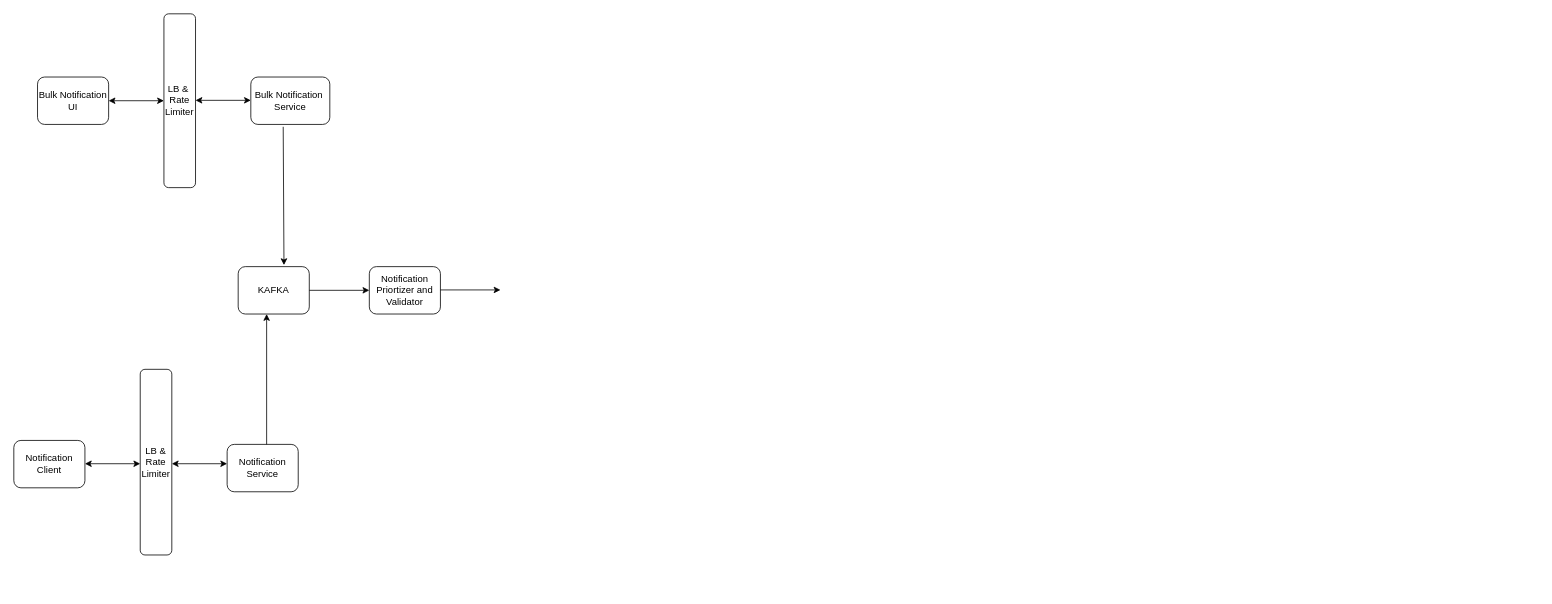
The draw.io diagram notifications.drawio in ItsAnkit/system-design, before the edit. Source tidied: cells renumbered, new cells numbered last; positions are measured from the earlier drawing's top-left corner, leaving out a move shared by most shapes. Both pictures are drawn from the tidied source at 79%, with x=0, y=0 at pixel (13, 13).
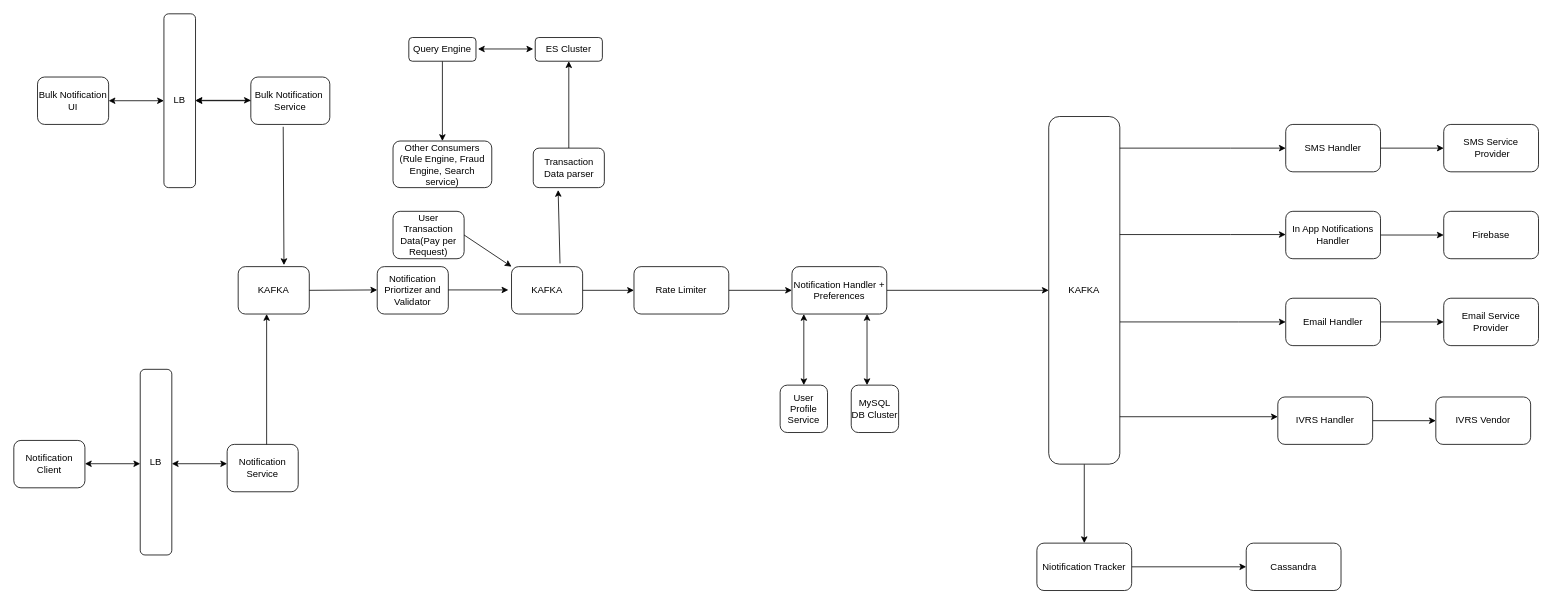
The same page after the edit.

Unchanged cells that the change refers to:
```xml
<mxCell id="6" value="Bulk Notification&amp;nbsp;&lt;br&gt;Service" style="rounded=1;whiteSpace=wrap;html=1;" parent="1" vertex="1">
  <mxGeometry x="300" y="80" width="100" height="60" as="geometry" />
</mxCell>
<mxCell id="12" value="KAFKA" style="rounded=1;whiteSpace=wrap;html=1;" parent="1" vertex="1">
  <mxGeometry x="284" y="320" width="90" height="60" as="geometry" />
</mxCell>
```

What changed in the source:
```diff
@@
-    <mxCell id="3" value="LB &amp;amp;&amp;nbsp;&lt;br&gt;Rate&lt;br&gt;Limiter" style="whiteSpace=wrap;html=1;rounded=1;" parent="1" vertex="1">
+    <mxCell id="3" value="LB" style="whiteSpace=wrap;html=1;rounded=1;" parent="1" vertex="1">
       <mxGeometry x="190" width="40" height="220" as="geometry" />
     </mxCell>
@@
+    <mxCell id="18" style="edgeStyle=orthogonalEdgeStyle;rounded=0;jettySize=auto;html=1;" parent="1" edge="1" source="6" target="3">
+      <mxGeometry relative="1" as="geometry" />
+    </mxCell>
@@
-    <mxCell id="7" value="&amp;nbsp;LB &amp;amp;&amp;nbsp;&lt;br&gt;Rate&lt;br&gt;Limiter" style="whiteSpace=wrap;html=1;rounded=1;" parent="1" vertex="1">
+    <mxCell id="7" value="LB" style="whiteSpace=wrap;html=1;rounded=1;" parent="1" vertex="1">
       <mxGeometry x="160" y="450" width="40" height="235" as="geometry" />
     </mxCell>
@@
-    <mxCell id="15" style="endArrow=classic;html=1;rounded=0;" parent="1" edge="1">
+    <mxCell id="15" style="endArrow=classic;html=1;rounded=0;exitX=1;exitY=0.5;exitDx=0;exitDy=0;" parent="1" edge="1" source="12">
       <mxGeometry relative="1" as="geometry">
-        <mxPoint x="374" y="350" as="sourcePoint" />
-        <mxPoint x="450" y="350" as="targetPoint" />
+        <mxPoint x="460" y="349.5" as="targetPoint" />
       </mxGeometry>
     </mxCell>
     <mxCell id="16" value="Notification Priortizer and Validator" style="rounded=1;whiteSpace=wrap;html=1;" parent="1" vertex="1">
-      <mxGeometry x="450" y="320" width="90" height="60" as="geometry" />
+      <mxGeometry x="460" y="320" width="90" height="60" as="geometry" />
     </mxCell>
     <mxCell id="17" style="endArrow=classic;html=1;rounded=0;" parent="1" edge="1">
       <mxGeometry relative="1" as="geometry">
-        <mxPoint x="540" y="349.5" as="sourcePoint" />
-        <mxPoint x="616" y="349.5" as="targetPoint" />
+        <mxPoint x="550" y="349.5" as="sourcePoint" />
+        <mxPoint x="626" y="349.5" as="targetPoint" />
       </mxGeometry>
     </mxCell>
+    <mxCell id="19" style="edgeStyle=orthogonalEdgeStyle;rounded=0;jettySize=auto;html=1;" parent="1" edge="1" source="20" target="30">
+      <mxGeometry relative="1" as="geometry" />
+    </mxCell>
+    <mxCell id="20" value="KAFKA" style="rounded=1;whiteSpace=wrap;html=1;" parent="1" vertex="1">
+      <mxGeometry x="630" y="320" width="90" height="60" as="geometry" />
+    </mxCell>
+    <mxCell id="21" style="endArrow=classic;html=1;rounded=0;exitX=0.682;exitY=-0.067;exitDx=0;exitDy=0;exitPerimeter=0;entryX=0.35;entryY=1.06;entryDx=0;entryDy=0;entryPerimeter=0;" parent="1" edge="1" source="20" target="23">
+      <mxGeometry relative="1" as="geometry" />
+    </mxCell>
+    <mxCell id="22" style="edgeStyle=orthogonalEdgeStyle;rounded=0;jettySize=auto;html=1;entryX=0.5;entryY=1;entryDx=0;entryDy=0;" parent="1" edge="1" source="23" target="24">
+      <mxGeometry relative="1" as="geometry" />
+    </mxCell>
+    <mxCell id="23" value="Transaction Data parser" style="rounded=1;whiteSpace=wrap;html=1;" parent="1" vertex="1">
+      <mxGeometry x="657.5" y="170" width="90" height="50" as="geometry" />
+    </mxCell>
+    <mxCell id="24" value="ES Cluster" style="whiteSpace=wrap;html=1;rounded=1;" parent="1" vertex="1">
+      <mxGeometry x="660" y="30" width="85" height="30" as="geometry" />
+    </mxCell>
+    <mxCell id="25" style="edgeStyle=orthogonalEdgeStyle;rounded=0;jettySize=auto;html=1;entryX=0.5;entryY=0;entryDx=0;entryDy=0;" parent="1" edge="1" source="26" target="28">
+      <mxGeometry relative="1" as="geometry" />
+    </mxCell>
+    <mxCell id="26" value="Query Engine" style="whiteSpace=wrap;html=1;rounded=1;" parent="1" vertex="1">
+      <mxGeometry x="500" y="30" width="85" height="30" as="geometry" />
+    </mxCell>
+    <mxCell id="27" style="endArrow=classic;startArrow=classic;html=1;rounded=0;entryX=0;entryY=0.5;entryDx=0;entryDy=0;" parent="1" edge="1">
+      <mxGeometry relative="1" as="geometry">
+        <mxPoint x="587.5" y="44.5" as="sourcePoint" />
+        <mxPoint x="657.5" y="44.5" as="targetPoint" />
+      </mxGeometry>
+    </mxCell>
+    <mxCell id="28" value="&lt;span&gt;Other Consumers&lt;/span&gt;&lt;br&gt;&lt;span&gt;(Rule Engine, Fraud Engine, Search service)&lt;/span&gt;" style="whiteSpace=wrap;html=1;rounded=1;" parent="1" vertex="1">
+      <mxGeometry x="480" y="161" width="125" height="59" as="geometry" />
+    </mxCell>
+    <mxCell id="29" style="edgeStyle=orthogonalEdgeStyle;rounded=0;jettySize=auto;html=1;" parent="1" edge="1" source="30" target="32">
+      <mxGeometry relative="1" as="geometry" />
+    </mxCell>
+    <mxCell id="30" value="Rate Limiter" style="whiteSpace=wrap;html=1;rounded=1;" parent="1" vertex="1">
+      <mxGeometry x="785" y="320" width="120" height="60" as="geometry" />
+    </mxCell>
+    <mxCell id="31" style="edgeStyle=orthogonalEdgeStyle;rounded=0;jettySize=auto;html=1;" parent="1" edge="1" source="32" target="39">
+      <mxGeometry relative="1" as="geometry" />
+    </mxCell>
+    <mxCell id="32" value="Notification Handler + Preferences" style="whiteSpace=wrap;html=1;rounded=1;" parent="1" vertex="1">
+      <mxGeometry x="985" y="320" width="120" height="60" as="geometry" />
+    </mxCell>
+    <mxCell id="33" style="endArrow=classic;startArrow=classic;html=1;rounded=0;" parent="1" edge="1">
+      <mxGeometry relative="1" as="geometry">
+        <mxPoint x="1000" y="470" as="sourcePoint" />
+        <mxPoint x="1000" y="380" as="targetPoint" />
+      </mxGeometry>
+    </mxCell>
+    <mxCell id="34" style="endArrow=classic;startArrow=classic;html=1;rounded=0;" parent="1" edge="1">
+      <mxGeometry relative="1" as="geometry">
+        <mxPoint x="1080" y="470" as="sourcePoint" />
+        <mxPoint x="1080" y="380" as="targetPoint" />
+      </mxGeometry>
+    </mxCell>
+    <mxCell id="35" value="User Profile Service" style="rounded=1;whiteSpace=wrap;html=1;" parent="1" vertex="1">
+      <mxGeometry x="970" y="470" width="60" height="60" as="geometry" />
+    </mxCell>
+    <mxCell id="36" value="MySQL DB Cluster" style="rounded=1;whiteSpace=wrap;html=1;" parent="1" vertex="1">
+      <mxGeometry x="1060" y="470" width="60" height="60" as="geometry" />
+    </mxCell>
+    <mxCell id="37" style="edgeStyle=orthogonalEdgeStyle;rounded=0;jettySize=auto;html=1;" parent="1" edge="1" source="39" target="41">
+      <mxGeometry relative="1" as="geometry" />
+    </mxCell>
+    <mxCell id="38" style="edgeStyle=orthogonalEdgeStyle;rounded=0;jettySize=auto;html=1;" parent="1" edge="1" source="39" target="44">
+      <mxGeometry relative="1" as="geometry">
+        <Array as="points">
+          <mxPoint x="1550" y="390" />
+          <mxPoint x="1550" y="390" />
+        </Array>
+      </mxGeometry>
+    </mxCell>
+    <mxCell id="39" value="KAFKA" style="whiteSpace=wrap;html=1;rounded=1;" parent="1" vertex="1">
+      <mxGeometry x="1310" y="130" width="90" height="440" as="geometry" />
+    </mxCell>
+    <mxCell id="40" style="edgeStyle=orthogonalEdgeStyle;rounded=0;jettySize=auto;html=1;" parent="1" edge="1" source="41" target="42">
+      <mxGeometry relative="1" as="geometry" />
+    </mxCell>
+    <mxCell id="41" value="Niotification Tracker" style="whiteSpace=wrap;html=1;rounded=1;" parent="1" vertex="1">
+      <mxGeometry x="1295" y="670" width="120" height="60" as="geometry" />
+    </mxCell>
+    <mxCell id="42" value="Cassandra" style="whiteSpace=wrap;html=1;rounded=1;" parent="1" vertex="1">
+      <mxGeometry x="1560" y="670" width="120" height="60" as="geometry" />
+    </mxCell>
+    <mxCell id="43" style="edgeStyle=orthogonalEdgeStyle;rounded=0;jettySize=auto;html=1;" parent="1" edge="1" source="44" target="54">
+      <mxGeometry relative="1" as="geometry" />
+    </mxCell>
+    <mxCell id="44" value="Email Handler" style="whiteSpace=wrap;html=1;rounded=1;" parent="1" vertex="1">
+      <mxGeometry x="1610" y="360" width="120" height="60" as="geometry" />
+    </mxCell>
+    <mxCell id="45" style="edgeStyle=orthogonalEdgeStyle;rounded=0;orthogonalLoop=1;jettySize=auto;html=1;" parent="1" edge="1">
+      <mxGeometry relative="1" as="geometry">
+        <mxPoint x="1400" y="510" as="sourcePoint" />
+        <mxPoint x="1600" y="510" as="targetPoint" />
+      </mxGeometry>
+    </mxCell>
+    <mxCell id="46" style="edgeStyle=orthogonalEdgeStyle;rounded=0;jettySize=auto;html=1;" parent="1" edge="1" source="47" target="57">
+      <mxGeometry relative="1" as="geometry" />
+    </mxCell>
+    <mxCell id="47" value="IVRS Handler" style="whiteSpace=wrap;html=1;rounded=1;" parent="1" vertex="1">
+      <mxGeometry x="1600" y="485" width="120" height="60" as="geometry" />
+    </mxCell>
+    <mxCell id="48" style="edgeStyle=orthogonalEdgeStyle;rounded=0;orthogonalLoop=1;jettySize=auto;html=1;" parent="1" edge="1">
+      <mxGeometry relative="1" as="geometry">
+        <mxPoint x="1400" y="279.4" as="sourcePoint" />
+        <mxPoint x="1610" y="279.4" as="targetPoint" />
+        <Array as="points">
+          <mxPoint x="1540" y="279.4" />
+          <mxPoint x="1540" y="279.4" />
+        </Array>
+      </mxGeometry>
+    </mxCell>
+    <mxCell id="49" style="edgeStyle=orthogonalEdgeStyle;rounded=0;jettySize=auto;html=1;" parent="1" edge="1" source="50" target="56">
+      <mxGeometry relative="1" as="geometry" />
+    </mxCell>
+    <mxCell id="50" value="&lt;span&gt;In App Notifications Handler&lt;/span&gt;" style="whiteSpace=wrap;html=1;rounded=1;" parent="1" vertex="1">
+      <mxGeometry x="1610" y="250" width="120" height="60" as="geometry" />
+    </mxCell>
+    <mxCell id="51" style="edgeStyle=orthogonalEdgeStyle;rounded=0;orthogonalLoop=1;jettySize=auto;html=1;" parent="1" edge="1">
+      <mxGeometry relative="1" as="geometry">
+        <mxPoint x="1400" y="170" as="sourcePoint" />
+        <mxPoint x="1610" y="170" as="targetPoint" />
+        <Array as="points">
+          <mxPoint x="1540" y="170" />
+          <mxPoint x="1540" y="170" />
+        </Array>
+      </mxGeometry>
+    </mxCell>
+    <mxCell id="52" style="edgeStyle=orthogonalEdgeStyle;rounded=0;jettySize=auto;html=1;" parent="1" edge="1" source="53" target="55">
+      <mxGeometry relative="1" as="geometry" />
+    </mxCell>
+    <mxCell id="53" value="&lt;span&gt;SMS Handler&lt;/span&gt;" style="whiteSpace=wrap;html=1;rounded=1;" parent="1" vertex="1">
+      <mxGeometry x="1610" y="140" width="120" height="60" as="geometry" />
+    </mxCell>
+    <mxCell id="54" value="Email Service Provider" style="whiteSpace=wrap;html=1;rounded=1;" parent="1" vertex="1">
+      <mxGeometry x="1810" y="360" width="120" height="60" as="geometry" />
+    </mxCell>
+    <mxCell id="55" value="SMS Service&lt;br&gt;&amp;nbsp;Provider" style="whiteSpace=wrap;html=1;rounded=1;" parent="1" vertex="1">
+      <mxGeometry x="1810" y="140" width="120" height="60" as="geometry" />
+    </mxCell>
+    <mxCell id="56" value="Firebase" style="whiteSpace=wrap;html=1;rounded=1;" parent="1" vertex="1">
+      <mxGeometry x="1810" y="250" width="120" height="60" as="geometry" />
+    </mxCell>
+    <mxCell id="57" value="IVRS Vendor" style="whiteSpace=wrap;html=1;rounded=1;" parent="1" vertex="1">
+      <mxGeometry x="1800" y="485" width="120" height="60" as="geometry" />
+    </mxCell>
+    <mxCell id="58" value="User Transaction Data(Pay per Request)" style="rounded=1;whiteSpace=wrap;html=1;" parent="1" vertex="1">
+      <mxGeometry x="480" y="250" width="90" height="60" as="geometry" />
+    </mxCell>
+    <mxCell id="59" style="endArrow=classic;html=1;rounded=0;entryX=0;entryY=0;entryDx=0;entryDy=0;" parent="1" edge="1" target="20">
+      <mxGeometry relative="1" as="geometry">
+        <mxPoint x="570" y="280" as="sourcePoint" />
+      </mxGeometry>
+    </mxCell>
```
